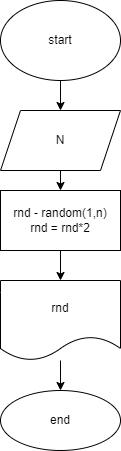
Above: ex.drawio.png in maximvita223/papka (draw.io), before the change. Source tidied: cells renumbered, new cells last; positions are measured from the earlier drawing's top-left corner, leaving out a move shared by most shapes.
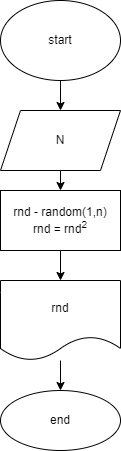
The same diagram one commit later.

What changed in the source:
```diff
@@ -17,7 +17,7 @@
     <mxCell id="6" style="edgeStyle=none;html=1;" parent="1" edge="1" source="7" target="9">
       <mxGeometry relative="1" as="geometry" />
     </mxCell>
-    <mxCell id="7" value="rnd - random(1,n)&lt;br&gt;rnd = rnd*2" style="whiteSpace=wrap;html=1;" parent="1" vertex="1">
+    <mxCell id="7" value="rnd - random(1,n)&lt;br&gt;rnd = rnd&lt;sup&gt;2&lt;/sup&gt;" style="whiteSpace=wrap;html=1;" parent="1" vertex="1">
       <mxGeometry y="190" width="120" height="60" as="geometry" />
     </mxCell>
     <mxCell id="8" style="edgeStyle=none;html=1;" parent="1" edge="1" source="9" target="10">
```
